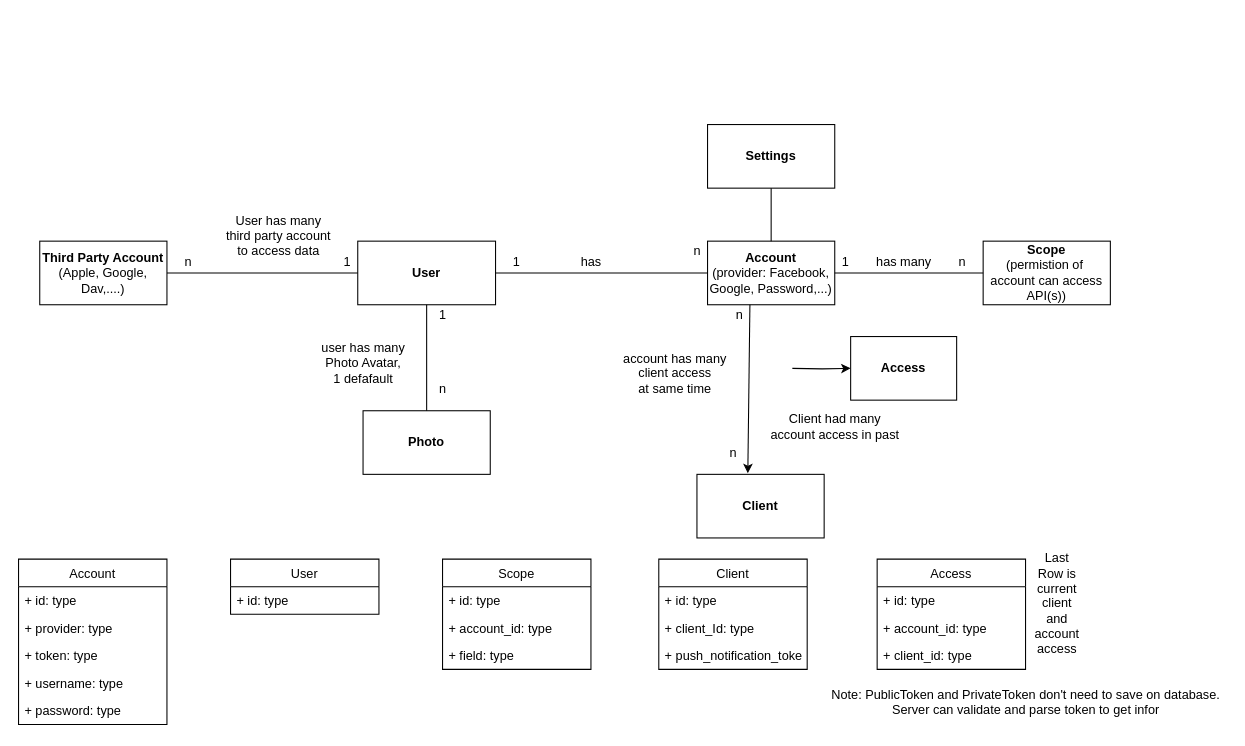
The draw.io diagram Untitled Diagram.drawio in caophuocthanh/Database-Design, before the edit. Source tidied: cells renumbered, new cells numbered last; positions are measured from the earlier drawing's top-left corner, leaving out a move shared by most shapes. Both pictures are drawn from the tidied source at 106%, with x=0, y=0 at pixel (18, 124).
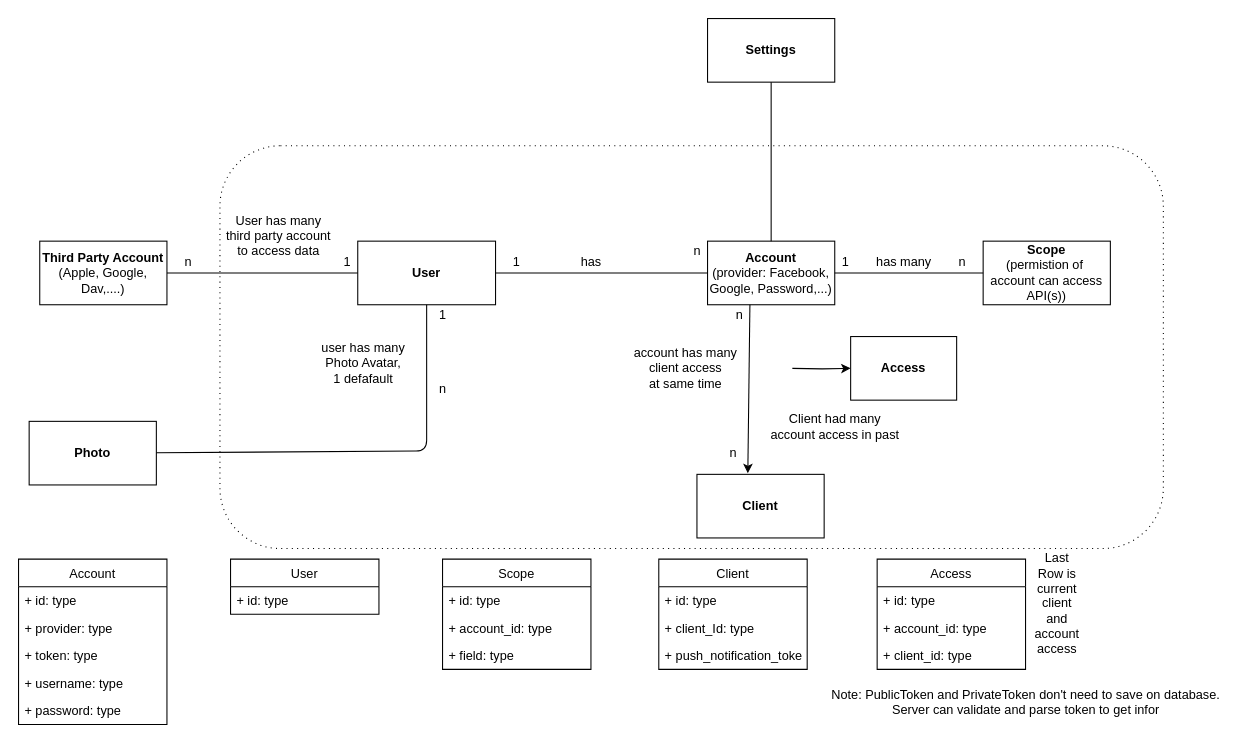
After the change.

Unchanged cells that the change refers to:
```xml
<mxCell id="2" value="&lt;b&gt;User&lt;/b&gt;" style="rounded=0;whiteSpace=wrap;html=1;" parent="1" vertex="1">
  <mxGeometry x="320" y="110" width="130" height="60" as="geometry" />
</mxCell>
```

Change to the diagram source:
```diff
@@
+    <mxCell id="55" style="shape=ext;rounded=1;html=1;whiteSpace=wrap;dashed=1;dashPattern=1 4;" parent="1" vertex="1">
+      <mxGeometry x="190" y="20" width="890" height="380" as="geometry" />
+    </mxCell>
@@
     <mxCell id="19" value="account has many &lt;br&gt;client access &lt;br&gt;at same time" style="text;html=1;align=center;verticalAlign=middle;" parent="1" vertex="1">
-      <mxGeometry x="564" y="210" width="110" height="50" as="geometry" />
+      <mxGeometry x="574" y="205" width="110" height="50" as="geometry" />
     </mxCell>
     <mxCell id="20" value="&lt;b&gt;Photo&lt;/b&gt;" style="rounded=0;whiteSpace=wrap;html=1;" parent="1" vertex="1">
-      <mxGeometry x="325" y="270" width="120" height="60" as="geometry" />
+      <mxGeometry x="10" y="280" width="120" height="60" as="geometry" />
     </mxCell>
     <mxCell id="21" style="endArrow=none;html=1;exitX=0.5;exitY=1;exitDx=0;exitDy=0;" parent="1" edge="1" source="2" target="20">
-      <mxGeometry relative="1" as="geometry" />
+      <mxGeometry relative="1" as="geometry">
+        <Array as="points">
+          <mxPoint x="385" y="308" />
+        </Array>
+      </mxGeometry>
     </mxCell>
@@
     <mxCell id="26" value="&lt;b&gt;Settings&lt;/b&gt;" style="rounded=0;whiteSpace=wrap;html=1;" parent="1" vertex="1">
-      <mxGeometry x="650" width="120" height="60" as="geometry" />
+      <mxGeometry x="650" y="-100" width="120" height="60" as="geometry" />
     </mxCell>
```
